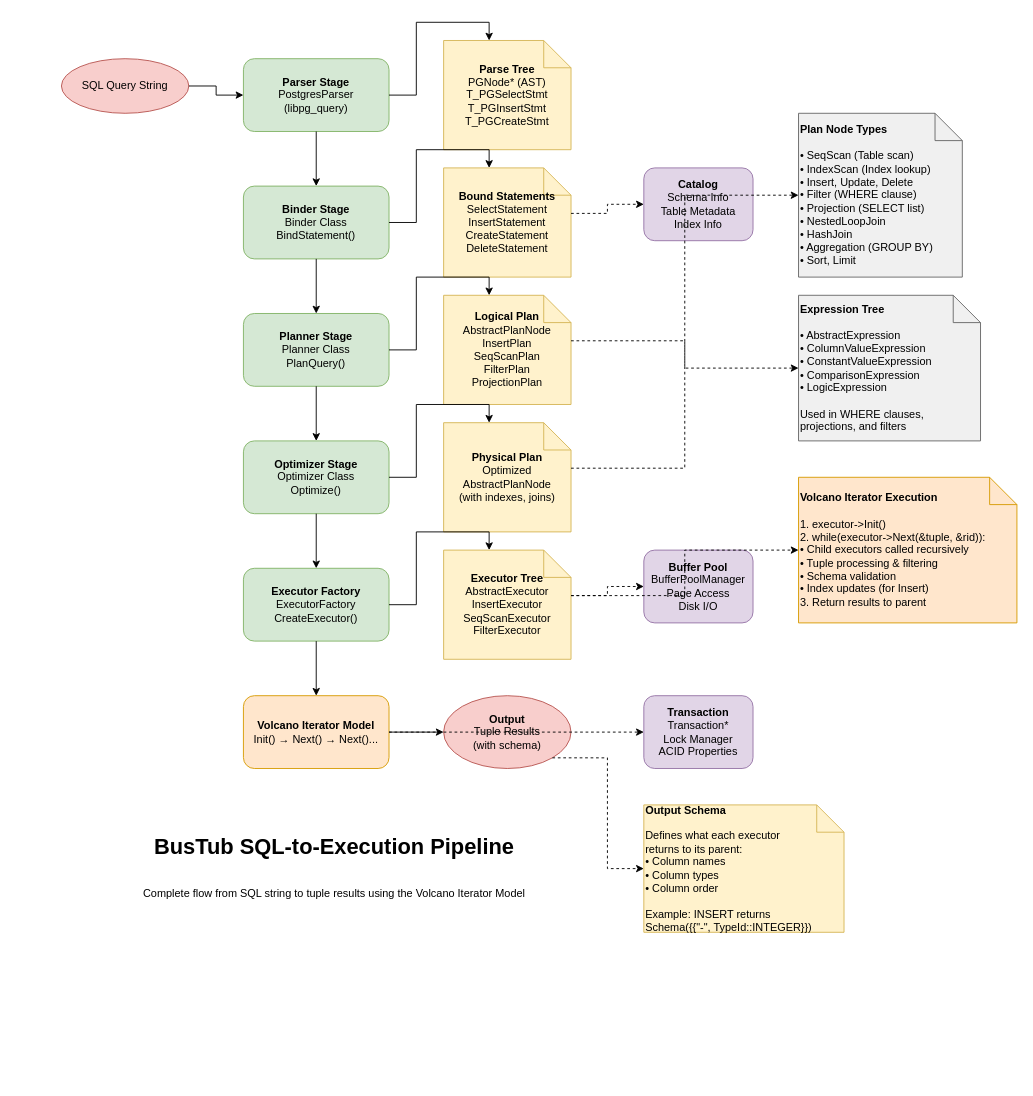
This is images/bustub_sql_execution_pipeline.drawio from jrmhx/bustub-db, a draw.io file, before an edit. Source tidied: cells renumbered, new cells numbered last; positions are measured from the earlier drawing's top-left corner, leaving out a move shared by most shapes. Both pictures are drawn from the tidied source at 91%, with x=0, y=0 at pixel (61, 40).
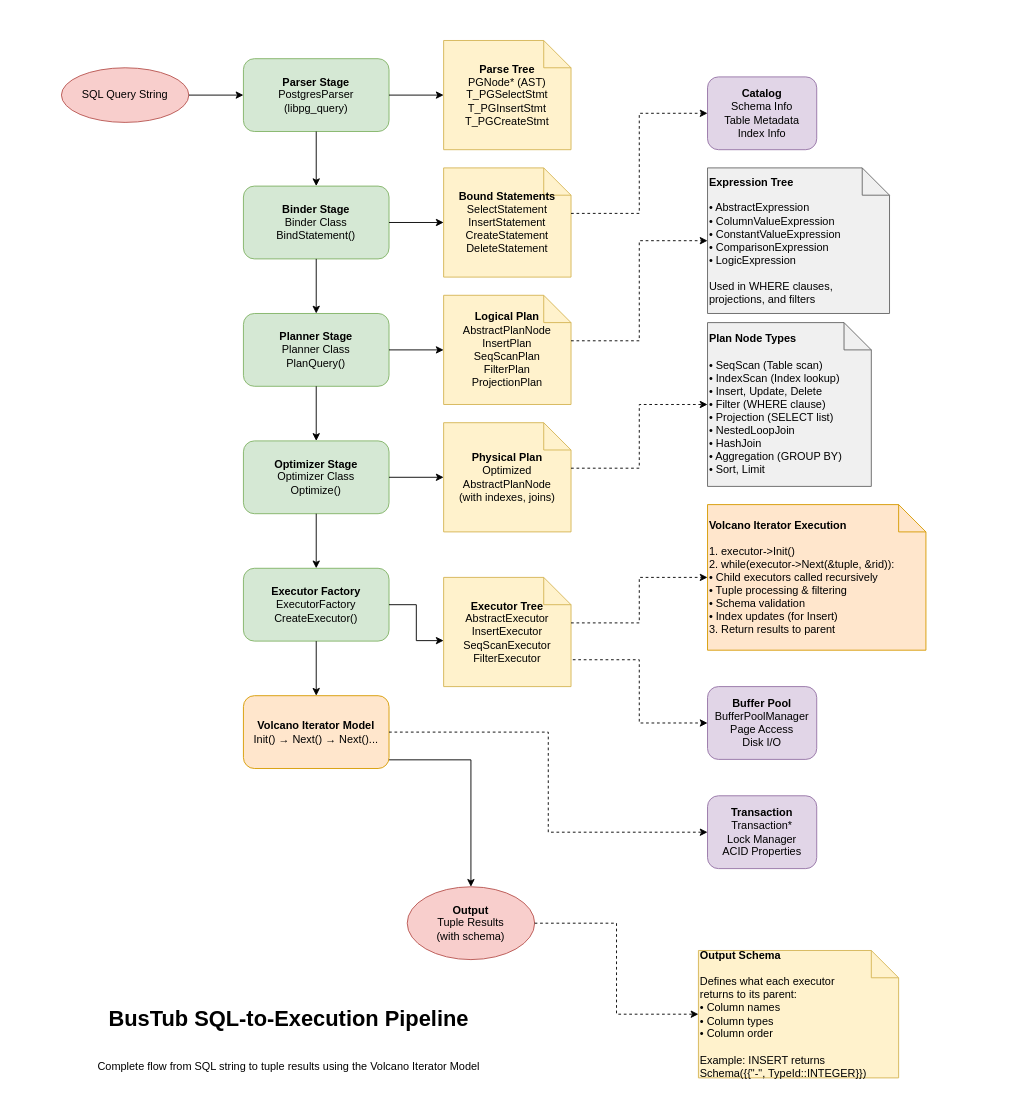
The same diagram, later.

The change refers to these unchanged cells:
```xml
<mxCell id="3" value="&lt;b&gt;Parser Stage&lt;/b&gt;&lt;br&gt;PostgresParser&lt;br&gt;(libpg_query)" style="rounded=1;whiteSpace=wrap;html=1;fillColor=#d5e8d4;strokeColor=#82b366;" parent="1" vertex="1">
  <mxGeometry x="200" y="20" width="160" height="80" as="geometry" />
</mxCell>
<mxCell id="4" value="&lt;b&gt;Parse Tree&lt;/b&gt;&lt;br&gt;PGNode* (AST)&lt;br&gt;T_PGSelectStmt&lt;br&gt;T_PGInsertStmt&lt;br&gt;T_PGCreateStmt" style="shape=note;whiteSpace=wrap;html=1;fillColor=#fff2cc;strokeColor=#d6b656;" parent="1" vertex="1">
  <mxGeometry x="420" width="140" height="120" as="geometry" />
</mxCell>
<mxCell id="5" value="&lt;b&gt;Binder Stage&lt;/b&gt;&lt;br&gt;Binder Class&lt;br&gt;BindStatement()" style="rounded=1;whiteSpace=wrap;html=1;fillColor=#d5e8d4;strokeColor=#82b366;" parent="1" vertex="1">
  <mxGeometry x="200" y="160" width="160" height="80" as="geometry" />
</mxCell>
<mxCell id="6" value="&lt;b&gt;Bound Statements&lt;/b&gt;&lt;br&gt;SelectStatement&lt;br&gt;InsertStatement&lt;br&gt;CreateStatement&lt;br&gt;DeleteStatement" style="shape=note;whiteSpace=wrap;html=1;fillColor=#fff2cc;strokeColor=#d6b656;" parent="1" vertex="1">
  <mxGeometry x="420" y="140" width="140" height="120" as="geometry" />
</mxCell>
<mxCell id="7" value="&lt;b&gt;Planner Stage&lt;/b&gt;&lt;br&gt;Planner Class&lt;br&gt;PlanQuery()" style="rounded=1;whiteSpace=wrap;html=1;fillColor=#d5e8d4;strokeColor=#82b366;" parent="1" vertex="1">
  <mxGeometry x="200" y="300" width="160" height="80" as="geometry" />
</mxCell>
<mxCell id="8" value="&lt;b&gt;Logical Plan&lt;/b&gt;&lt;br&gt;AbstractPlanNode&lt;br&gt;InsertPlan&lt;br&gt;SeqScanPlan&lt;br&gt;FilterPlan&lt;br&gt;ProjectionPlan" style="shape=note;whiteSpace=wrap;html=1;fillColor=#fff2cc;strokeColor=#d6b656;" parent="1" vertex="1">
  <mxGeometry x="420" y="280" width="140" height="120" as="geometry" />
</mxCell>
<mxCell id="9" value="&lt;b&gt;Optimizer Stage&lt;/b&gt;&lt;br&gt;Optimizer Class&lt;br&gt;Optimize()" style="rounded=1;whiteSpace=wrap;html=1;fillColor=#d5e8d4;strokeColor=#82b366;" parent="1" vertex="1">
  <mxGeometry x="200" y="440" width="160" height="80" as="geometry" />
</mxCell>
<mxCell id="10" value="&lt;b&gt;Physical Plan&lt;/b&gt;&lt;br&gt;Optimized&lt;br&gt;AbstractPlanNode&lt;br&gt;(with indexes, joins)" style="shape=note;whiteSpace=wrap;html=1;fillColor=#fff2cc;strokeColor=#d6b656;" parent="1" vertex="1">
  <mxGeometry x="420" y="420" width="140" height="120" as="geometry" />
</mxCell>
<mxCell id="11" value="&lt;b&gt;Executor Factory&lt;/b&gt;&lt;br&gt;ExecutorFactory&lt;br&gt;CreateExecutor()" style="rounded=1;whiteSpace=wrap;html=1;fillColor=#d5e8d4;strokeColor=#82b366;" parent="1" vertex="1">
  <mxGeometry x="200" y="580" width="160" height="80" as="geometry" />
</mxCell>
<mxCell id="13" value="&lt;b&gt;Volcano Iterator Model&lt;/b&gt;&lt;br&gt;Init() → Next() → Next()..." style="rounded=1;whiteSpace=wrap;html=1;fillColor=#ffe6cc;strokeColor=#d79b00;" parent="1" vertex="1">
  <mxGeometry x="200" y="720" width="160" height="80" as="geometry" />
</mxCell>
```

The edit, as a diff of the source:
```diff
@@
     <mxCell id="2" value="SQL Query String" style="ellipse;whiteSpace=wrap;html=1;fillColor=#f8cecc;strokeColor=#b85450;" parent="1" vertex="1">
-      <mxGeometry y="20" width="140" height="60" as="geometry" />
+      <mxGeometry y="30" width="140" height="60" as="geometry" />
     </mxCell>
@@
     <mxCell id="12" value="&lt;b&gt;Executor Tree&lt;/b&gt;&lt;br&gt;AbstractExecutor&lt;br&gt;InsertExecutor&lt;br&gt;SeqScanExecutor&lt;br&gt;FilterExecutor" style="shape=note;whiteSpace=wrap;html=1;fillColor=#fff2cc;strokeColor=#d6b656;" parent="1" vertex="1">
-      <mxGeometry x="420" y="560" width="140" height="120" as="geometry" />
+      <mxGeometry x="420" y="590" width="140" height="120" as="geometry" />
     </mxCell>
+    <mxCell id="26" style="edgeStyle=orthogonalEdgeStyle;rounded=0;jettySize=auto;html=1;exitX=1;exitY=0.881;exitDx=0;exitDy=0;exitPerimeter=0;" parent="1" edge="1" source="13" target="14">
+      <mxGeometry relative="1" as="geometry" />
+    </mxCell>
@@
     <mxCell id="14" value="&lt;b&gt;Output&lt;/b&gt;&lt;br&gt;Tuple Results&lt;br&gt;(with schema)" style="ellipse;whiteSpace=wrap;html=1;fillColor=#f8cecc;strokeColor=#b85450;" parent="1" vertex="1">
-      <mxGeometry x="420" y="720" width="140" height="80" as="geometry" />
+      <mxGeometry x="380" y="930" width="140" height="80" as="geometry" />
     </mxCell>
@@
-    <mxCell id="16" style="edgeStyle=orthogonalEdgeStyle;rounded=0;jettySize=auto;html=1;exitX=1;exitY=0.5;exitDx=0;exitDy=0;entryX=0;entryY=0;entryDx=50;entryDy=0;entryPerimeter=0;" parent="1" edge="1" source="3" target="4">
+    <mxCell id="16" style="edgeStyle=orthogonalEdgeStyle;rounded=0;jettySize=auto;html=1;exitX=1;exitY=0.5;exitDx=0;exitDy=0;entryX=0;entryY=0.5;entryDx=0;entryDy=0;entryPerimeter=0;" parent="1" edge="1" source="3" target="4">
       <mxGeometry relative="1" as="geometry" />
     </mxCell>
@@
-    <mxCell id="18" style="edgeStyle=orthogonalEdgeStyle;rounded=0;jettySize=auto;html=1;exitX=1;exitY=0.5;exitDx=0;exitDy=0;entryX=0;entryY=0;entryDx=50;entryDy=0;entryPerimeter=0;" parent="1" edge="1" source="5" target="6">
+    <mxCell id="18" style="edgeStyle=orthogonalEdgeStyle;rounded=0;jettySize=auto;html=1;exitX=1;exitY=0.5;exitDx=0;exitDy=0;entryX=0;entryY=0.5;entryDx=0;entryDy=0;entryPerimeter=0;" parent="1" edge="1" source="5" target="6">
       <mxGeometry relative="1" as="geometry" />
     </mxCell>
@@
-    <mxCell id="20" style="edgeStyle=orthogonalEdgeStyle;rounded=0;jettySize=auto;html=1;exitX=1;exitY=0.5;exitDx=0;exitDy=0;entryX=0;entryY=0;entryDx=50;entryDy=0;entryPerimeter=0;" parent="1" edge="1" source="7" target="8">
+    <mxCell id="20" style="edgeStyle=orthogonalEdgeStyle;rounded=0;jettySize=auto;html=1;exitX=1;exitY=0.5;exitDx=0;exitDy=0;entryX=0;entryY=0.5;entryDx=0;entryDy=0;entryPerimeter=0;" parent="1" edge="1" source="7" target="8">
       <mxGeometry relative="1" as="geometry" />
     </mxCell>
@@
-    <mxCell id="22" style="edgeStyle=orthogonalEdgeStyle;rounded=0;jettySize=auto;html=1;exitX=1;exitY=0.5;exitDx=0;exitDy=0;entryX=0;entryY=0;entryDx=50;entryDy=0;entryPerimeter=0;" parent="1" edge="1" source="9" target="10">
+    <mxCell id="22" style="edgeStyle=orthogonalEdgeStyle;rounded=0;jettySize=auto;html=1;exitX=1;exitY=0.5;exitDx=0;exitDy=0;entryX=0;entryY=0.5;entryDx=0;entryDy=0;entryPerimeter=0;" parent="1" edge="1" source="9" target="10">
       <mxGeometry relative="1" as="geometry" />
     </mxCell>
@@
-    <mxCell id="24" style="edgeStyle=orthogonalEdgeStyle;rounded=0;jettySize=auto;html=1;exitX=1;exitY=0.5;exitDx=0;exitDy=0;entryX=0;entryY=0;entryDx=50;entryDy=0;entryPerimeter=0;" parent="1" edge="1" source="11" target="12">
+    <mxCell id="24" style="edgeStyle=orthogonalEdgeStyle;rounded=0;jettySize=auto;html=1;exitX=1;exitY=0.5;exitDx=0;exitDy=0;entryX=0;entryY=0.579;entryDx=0;entryDy=0;entryPerimeter=0;" parent="1" edge="1" source="11" target="12">
       <mxGeometry relative="1" as="geometry" />
     </mxCell>
@@
-    <mxCell id="26" style="edgeStyle=orthogonalEdgeStyle;rounded=0;jettySize=auto;html=1;exitX=1;exitY=0.5;exitDx=0;exitDy=0;entryX=0;entryY=0.5;entryDx=0;entryDy=0;" parent="1" edge="1" source="13" target="14">
-      <mxGeometry relative="1" as="geometry" />
-    </mxCell>
     <mxCell id="27" value="&lt;b&gt;Catalog&lt;/b&gt;&lt;br&gt;Schema Info&lt;br&gt;Table Metadata&lt;br&gt;Index Info" style="rounded=1;whiteSpace=wrap;html=1;fillColor=#e1d5e7;strokeColor=#9673a6;" parent="1" vertex="1">
-      <mxGeometry x="640" y="140" width="120" height="80" as="geometry" />
+      <mxGeometry x="710" y="40" width="120" height="80" as="geometry" />
     </mxCell>
     <mxCell id="28" value="&lt;b&gt;Buffer Pool&lt;/b&gt;&lt;br&gt;BufferPoolManager&lt;br&gt;Page Access&lt;br&gt;Disk I/O" style="rounded=1;whiteSpace=wrap;html=1;fillColor=#e1d5e7;strokeColor=#9673a6;" parent="1" vertex="1">
-      <mxGeometry x="640" y="560" width="120" height="80" as="geometry" />
+      <mxGeometry x="710" y="710" width="120" height="80" as="geometry" />
     </mxCell>
     <mxCell id="29" value="&lt;b&gt;Transaction&lt;/b&gt;&lt;br&gt;Transaction*&lt;br&gt;Lock Manager&lt;br&gt;ACID Properties" style="rounded=1;whiteSpace=wrap;html=1;fillColor=#e1d5e7;strokeColor=#9673a6;" parent="1" vertex="1">
-      <mxGeometry x="640" y="720" width="120" height="80" as="geometry" />
+      <mxGeometry x="710" y="830" width="120" height="80" as="geometry" />
     </mxCell>
@@
-    <mxCell id="31" style="edgeStyle=orthogonalEdgeStyle;rounded=0;jettySize=auto;html=1;exitX=1;exitY=0;exitDx=0;exitDy=50;exitPerimeter=0;entryX=0;entryY=0.5;entryDx=0;entryDy=0;dashed=1;" parent="1" edge="1" source="12" target="28">
+    <mxCell id="31" style="edgeStyle=orthogonalEdgeStyle;rounded=0;jettySize=auto;html=1;exitX=1.014;exitY=0.754;exitDx=0;exitDy=0;exitPerimeter=0;entryX=0;entryY=0.5;entryDx=0;entryDy=0;dashed=1;" parent="1" edge="1" source="12" target="28">
       <mxGeometry relative="1" as="geometry" />
     </mxCell>
@@
     <mxCell id="33" value="&lt;b&gt;Volcano Iterator Execution&lt;/b&gt;&lt;br&gt;&lt;br&gt;1. executor-&gt;Init()&lt;br&gt;2. while(executor-&gt;Next(&amp;tuple, &amp;rid)):&lt;br&gt;   • Child executors called recursively&lt;br&gt;   • Tuple processing &amp; filtering&lt;br&gt;   • Schema validation&lt;br&gt;   • Index updates (for Insert)&lt;br&gt;3. Return results to parent" style="shape=note;whiteSpace=wrap;html=1;fillColor=#ffe6cc;strokeColor=#d79b00;align=left;" parent="1" vertex="1">
-      <mxGeometry x="810" y="480" width="240" height="160" as="geometry" />
+      <mxGeometry x="710" y="510" width="240" height="160" as="geometry" />
     </mxCell>
@@
     <mxCell id="35" value="&lt;b&gt;Expression Tree&lt;/b&gt;&lt;br&gt;&lt;br&gt;• AbstractExpression&lt;br&gt;• ColumnValueExpression&lt;br&gt;• ConstantValueExpression&lt;br&gt;• ComparisonExpression&lt;br&gt;• LogicExpression&lt;br&gt;&lt;br&gt;Used in WHERE clauses,&lt;br&gt;projections, and filters" style="shape=note;whiteSpace=wrap;html=1;fillColor=#f0f0f0;strokeColor=#666666;align=left;" parent="1" vertex="1">
-      <mxGeometry x="810" y="280" width="200" height="160" as="geometry" />
+      <mxGeometry x="710" y="140" width="200" height="160" as="geometry" />
     </mxCell>
@@
     <mxCell id="37" value="&lt;b&gt;Plan Node Types&lt;/b&gt;&lt;br&gt;&lt;br&gt;• SeqScan (Table scan)&lt;br&gt;• IndexScan (Index lookup)&lt;br&gt;• Insert, Update, Delete&lt;br&gt;• Filter (WHERE clause)&lt;br&gt;• Projection (SELECT list)&lt;br&gt;• NestedLoopJoin&lt;br&gt;• HashJoin&lt;br&gt;• Aggregation (GROUP BY)&lt;br&gt;• Sort, Limit" style="shape=note;whiteSpace=wrap;html=1;fillColor=#f0f0f0;strokeColor=#666666;align=left;" parent="1" vertex="1">
-      <mxGeometry x="810" y="80" width="180" height="180" as="geometry" />
+      <mxGeometry x="710" y="310" width="180" height="180" as="geometry" />
     </mxCell>
@@
     <mxCell id="39" value="&lt;b&gt;Output Schema&lt;/b&gt;&lt;br&gt;&lt;br&gt;Defines what each executor&lt;br&gt;returns to its parent:&lt;br&gt;• Column names&lt;br&gt;• Column types&lt;br&gt;• Column order&lt;br&gt;&lt;br&gt;Example: INSERT returns&lt;br&gt;Schema({{&quot;-&quot;, TypeId::INTEGER}})" style="shape=note;whiteSpace=wrap;html=1;fillColor=#fff2cc;strokeColor=#d6b656;align=left;" parent="1" vertex="1">
-      <mxGeometry x="640" y="840" width="220" height="140" as="geometry" />
+      <mxGeometry x="700" y="1000" width="220" height="140" as="geometry" />
     </mxCell>
-    <mxCell id="40" style="edgeStyle=orthogonalEdgeStyle;rounded=0;jettySize=auto;html=1;exitX=1;exitY=1;exitDx=0;exitDy=0;entryX=0;entryY=0.5;entryDx=0;entryDy=0;dashed=1;" parent="1" edge="1" source="14" target="39">
+    <mxCell id="40" style="edgeStyle=orthogonalEdgeStyle;rounded=0;jettySize=auto;html=1;exitX=1;exitY=0.5;exitDx=0;exitDy=0;entryX=0;entryY=0.5;entryDx=0;entryDy=0;dashed=1;" parent="1" edge="1" source="14" target="39">
       <mxGeometry relative="1" as="geometry" />
     </mxCell>
     <mxCell id="41" value="&lt;h1&gt;BusTub SQL-to-Execution Pipeline&lt;/h1&gt;&lt;br&gt;Complete flow from SQL string to tuple results using the Volcano Iterator Model" style="text;html=1;strokeColor=none;fillColor=none;align=center;verticalAlign=middle;whiteSpace=wrap;rounded=0;fontColor=#000000;" parent="1" vertex="1">
-      <mxGeometry y="860" width="600" height="80" as="geometry" />
+      <mxGeometry x="-50" y="1050" width="600" height="80" as="geometry" />
     </mxCell>
```
